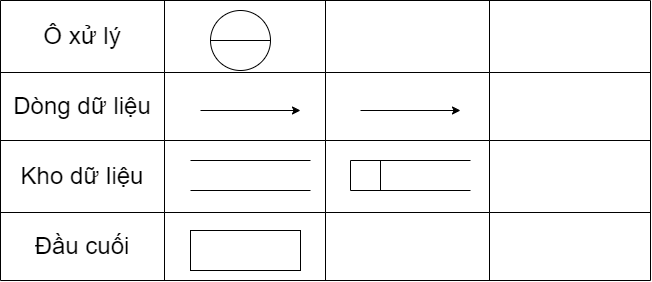
Before: Chương 5c.png, a diagram exported from draw.io (datnham0212/learning). Source tidied: cells renumbered, new cells last; positions are measured from the earlier drawing's top-left corner, leaving out a move shared by most shapes.
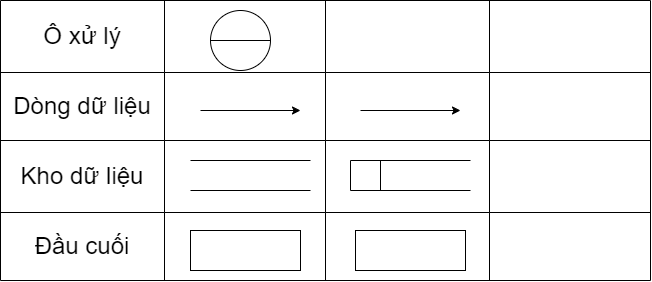
After the change.

Change to the diagram source:
```diff
@@ -164,5 +164,8 @@
     <mxCell id="51" style="rounded=0;whiteSpace=wrap;html=1;" parent="1" vertex="1">
       <mxGeometry x="190" y="230" width="110" height="40" as="geometry" />
     </mxCell>
+    <mxCell id="52" style="rounded=0;whiteSpace=wrap;html=1;" parent="1" vertex="1">
+      <mxGeometry x="355" y="230" width="110" height="40" as="geometry" />
+    </mxCell>
   </root>
 </mxGraphModel>
```
